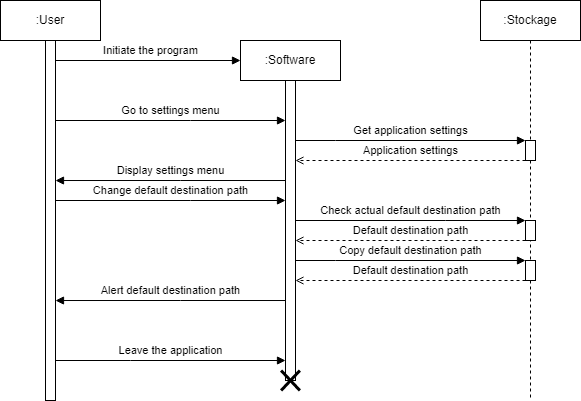
Earlier version of the draw.io export CDC/3.0/sequence_diagram_settings_changeDefaultDestinationPath.png (Atineon/easysave_production). Source tidied: cells renumbered, new cells last; positions are measured from the earlier drawing's top-left corner, leaving out a move shared by most shapes.
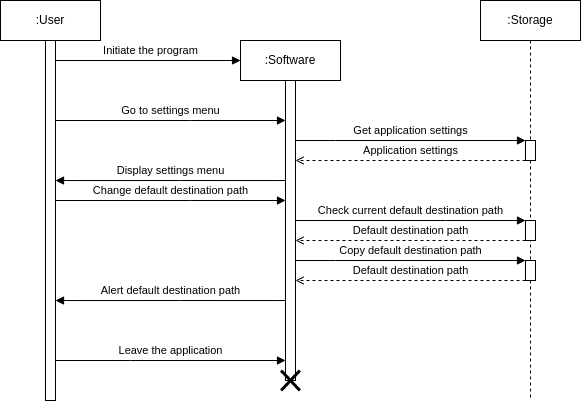
The same diagram one commit later.

Change to the diagram source:
```diff
@@ -17,7 +17,7 @@
     <mxCell id="6" style="shape=umlDestroy;whiteSpace=wrap;html=1;strokeWidth=3;" parent="4" vertex="1">
       <mxGeometry x="40.6" y="330" width="18.8" height="20" as="geometry" />
     </mxCell>
-    <mxCell id="7" value=":Stockage" style="shape=umlLifeline;perimeter=lifelinePerimeter;whiteSpace=wrap;html=1;" parent="1" vertex="1">
+    <mxCell id="7" value=":Storage" style="shape=umlLifeline;perimeter=lifelinePerimeter;whiteSpace=wrap;html=1;" parent="1" vertex="1">
       <mxGeometry x="480" width="100" height="400" as="geometry" />
     </mxCell>
     <mxCell id="8" style="html=1;points=[];perimeter=orthogonalPerimeter;" parent="7" vertex="1">
@@ -90,7 +90,7 @@
     <mxCell id="16" style="html=1;points=[];perimeter=orthogonalPerimeter;" parent="1" vertex="1">
       <mxGeometry x="525" y="220" width="10" height="20" as="geometry" />
     </mxCell>
-    <mxCell id="17" value="Check actual default destination path" style="edgeStyle=orthogonalEdgeStyle;rounded=0;jettySize=auto;html=1;endArrow=block;endFill=1;" parent="1" edge="1" target="16">
+    <mxCell id="17" value="Check current default destination path" style="edgeStyle=orthogonalEdgeStyle;rounded=0;jettySize=auto;html=1;endArrow=block;endFill=1;" parent="1" edge="1" target="16">
       <mxGeometry y="10" relative="1" as="geometry">
         <mxPoint x="295" y="220" as="sourcePoint" />
         <Array as="points">
```
